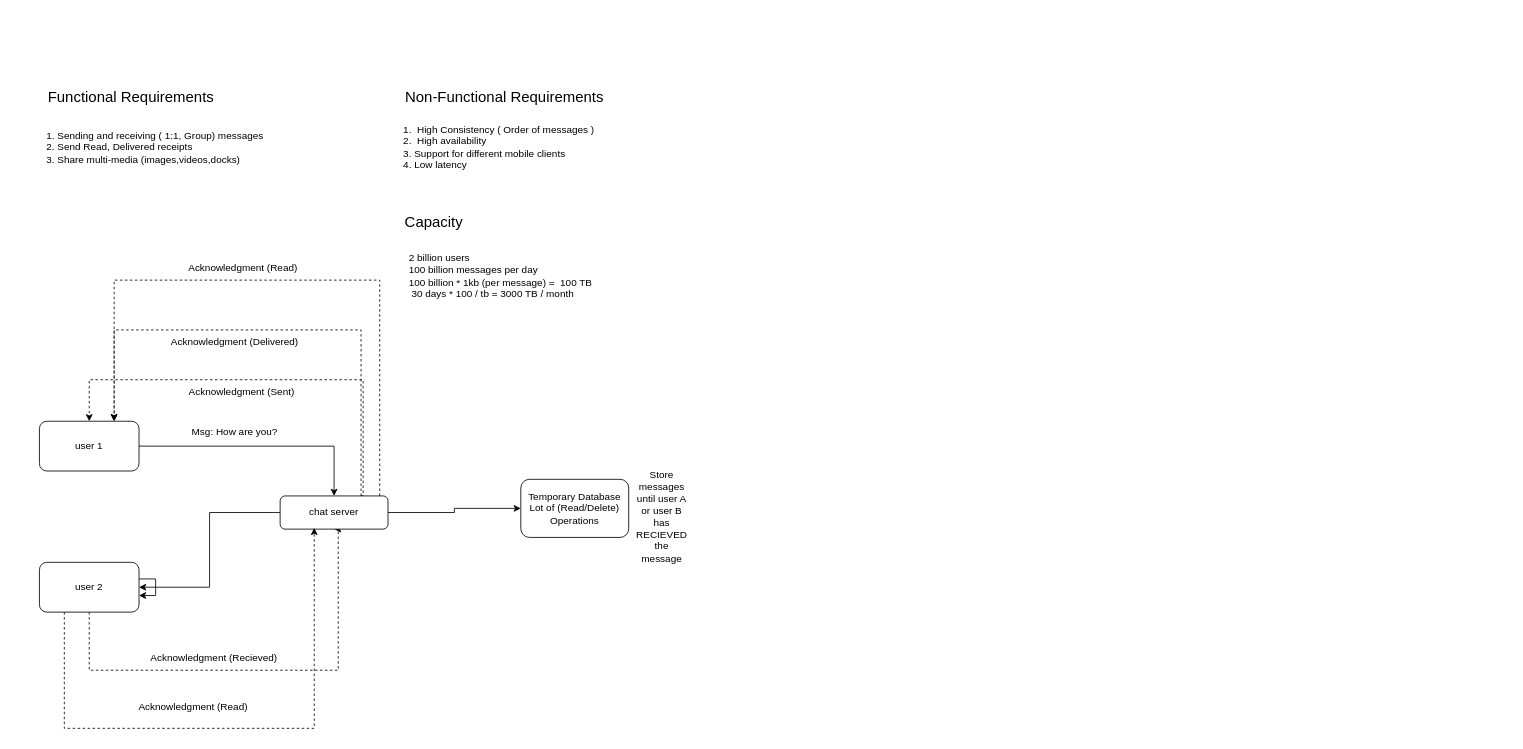
The draw.io diagram Whatsapp.drawio in VukanCekic/system-design, before the edit. Source tidied: cells renumbered, new cells numbered last; positions are measured from the earlier drawing's top-left corner, leaving out a move shared by most shapes. Both pictures are drawn from the tidied source at 83%, with x=0, y=0 at pixel (22, 81).
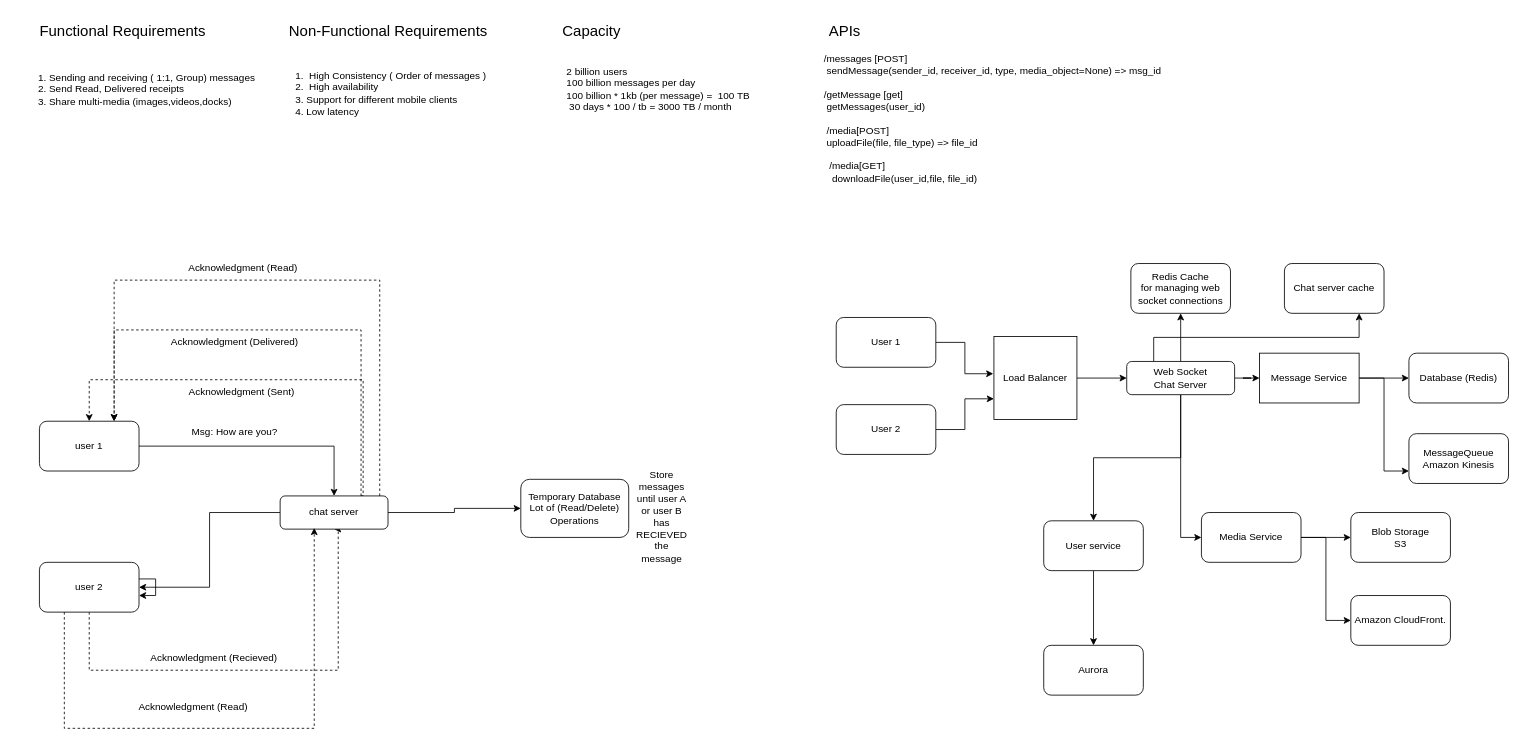
The same diagram, later.

The edit, as a diff of the source:
```diff
@@
     <mxCell id="2" value="&lt;font style=&quot;font-size: 18px;&quot;&gt;Functional Requirements&lt;/font&gt;" style="text;html=1;align=center;verticalAlign=middle;strokeColor=none;fillColor=none;" parent="1" vertex="1">
-      <mxGeometry x="20" width="220" height="40" as="geometry" />
+      <mxGeometry x="10" y="-80" width="220" height="40" as="geometry" />
     </mxCell>
     <mxCell id="3" value="&lt;font style=&quot;font-size: 18px;&quot;&gt;Non-Functional Requirements&lt;/font&gt;" style="text;html=1;align=center;verticalAlign=middle;strokeColor=none;fillColor=none;" parent="1" vertex="1">
-      <mxGeometry x="450" width="260" height="40" as="geometry" />
+      <mxGeometry x="310" y="-80" width="260" height="40" as="geometry" />
     </mxCell>
     <mxCell id="4" value="&lt;ol&gt;&lt;li&gt;Sending and receiving ( 1:1, Group) messages&lt;/li&gt;&lt;li&gt;Send Read, Delivered receipts&amp;nbsp;&lt;/li&gt;&lt;li style=&quot;&quot;&gt;Share multi-media (images,videos,docks)&lt;/li&gt;&lt;/ol&gt;" style="text;html=1;align=left;verticalAlign=middle;strokeColor=none;fillColor=none;" parent="1" vertex="1">
-      <mxGeometry y="40" width="310" height="80" as="geometry" />
+      <mxGeometry x="-10" y="-30" width="310" height="80" as="geometry" />
     </mxCell>
     <mxCell id="5" value="&lt;ol&gt;&lt;li&gt;&amp;nbsp;High Consistency ( Order of messages )&amp;nbsp;&lt;/li&gt;&lt;li&gt;&amp;nbsp;High availability&lt;/li&gt;&lt;li&gt;Support for different mobile clients&lt;/li&gt;&lt;li&gt;Low latency&lt;/li&gt;&lt;/ol&gt;" style="text;html=1;align=left;verticalAlign=middle;strokeColor=none;fillColor=none;" parent="1" vertex="1">
-      <mxGeometry x="430" y="30" width="280" height="100" as="geometry" />
+      <mxGeometry x="300" y="-35" width="280" height="100" as="geometry" />
     </mxCell>
     <mxCell id="6" value="&lt;font style=&quot;font-size: 18px;&quot;&gt;Capacity&lt;/font&gt;" style="text;html=1;align=center;verticalAlign=middle;strokeColor=none;fillColor=none;" parent="1" vertex="1">
-      <mxGeometry x="450" y="150" width="90" height="40" as="geometry" />
+      <mxGeometry x="640" y="-80" width="90" height="40" as="geometry" />
     </mxCell>
     <mxCell id="7" value="&amp;nbsp; &amp;nbsp; &amp;nbsp; &amp;nbsp; &amp;nbsp; 2 billion users&lt;br&gt;&amp;nbsp; &amp;nbsp; &amp;nbsp; &amp;nbsp; &amp;nbsp; 100 billion messages per day&lt;br&gt;&amp;nbsp; &amp;nbsp; &amp;nbsp; &amp;nbsp; &amp;nbsp; 100 billion * 1kb (per message) =&amp;nbsp; 100 TB&lt;br&gt;&amp;nbsp; &amp;nbsp; &amp;nbsp; &amp;nbsp; &amp;nbsp; &amp;nbsp;30 days * 100 / tb = 3000 TB / month&amp;nbsp;" style="text;html=1;align=left;verticalAlign=middle;strokeColor=none;fillColor=none;" parent="1" vertex="1">
-      <mxGeometry x="430" y="200" width="280" height="70" as="geometry" />
+      <mxGeometry x="620" y="-25" width="280" height="70" as="geometry" />
     </mxCell>
@@
+    <mxCell id="29" value="&lt;font style=&quot;font-size: 18px;&quot;&gt;APIs&lt;/font&gt;" style="text;html=1;align=center;verticalAlign=middle;strokeColor=none;fillColor=none;" parent="1" vertex="1">
+      <mxGeometry x="960" y="-80" width="60" height="40" as="geometry" />
+    </mxCell>
+    <mxCell id="30" value="&amp;nbsp; &amp;nbsp; &amp;nbsp; &amp;nbsp;&amp;nbsp;" style="text;html=1;align=left;verticalAlign=middle;strokeColor=none;fillColor=none;" parent="1" vertex="1">
+      <mxGeometry x="950" y="-10" width="50" height="30" as="geometry" />
+    </mxCell>
+    <mxCell id="31" value="&amp;nbsp; &amp;nbsp; &amp;nbsp; &amp;nbsp; &amp;nbsp; /messages [POST]&amp;nbsp;&lt;br style=&quot;border-color: var(--border-color);&quot;&gt;&amp;nbsp; &amp;nbsp; &amp;nbsp; &amp;nbsp; &amp;nbsp; &amp;nbsp;sendMessage(sender_id, receiver_id, type, media_object=None) =&amp;gt; msg_id&lt;br&gt;&lt;br&gt;&amp;nbsp; &amp;nbsp; &amp;nbsp; &amp;nbsp; &amp;nbsp; /getMessage [get]&amp;nbsp;&lt;br style=&quot;border-color: var(--border-color);&quot;&gt;&amp;nbsp; &amp;nbsp; &amp;nbsp; &amp;nbsp; &amp;nbsp; &amp;nbsp;getMessages(user_id)&lt;br&gt;&lt;br&gt;&amp;nbsp; &amp;nbsp; &amp;nbsp; &amp;nbsp; &amp;nbsp; &amp;nbsp;/media[POST]&amp;nbsp;&lt;br style=&quot;border-color: var(--border-color);&quot;&gt;&amp;nbsp; &amp;nbsp; &amp;nbsp; &amp;nbsp; &amp;nbsp; &amp;nbsp;uploadFile(file, file_type) =&amp;gt; file_id&lt;br&gt;&lt;br&gt;&amp;nbsp; &amp;nbsp; &amp;nbsp; &amp;nbsp; &amp;nbsp; &amp;nbsp; /media[GET]&amp;nbsp;&lt;br&gt;&amp;nbsp; &amp;nbsp; &amp;nbsp; &amp;nbsp; &amp;nbsp; &amp;nbsp; &amp;nbsp;downloadFile(user_id,file, file_id)&amp;nbsp;&lt;br style=&quot;border-color: var(--border-color);&quot;&gt;&amp;nbsp; &amp;nbsp; &amp;nbsp; &amp;nbsp;&lt;br style=&quot;border-color: var(--border-color);&quot;&gt;&amp;nbsp; &amp;nbsp; &amp;nbsp; &amp;nbsp;" style="text;html=1;align=left;verticalAlign=middle;strokeColor=none;fillColor=none;" parent="1" vertex="1">
+      <mxGeometry x="930" y="-40" width="460" height="200" as="geometry" />
+    </mxCell>
+    <mxCell id="32" value="User 1" style="rounded=1;whiteSpace=wrap;html=1;" parent="1" vertex="1">
+      <mxGeometry x="980" y="285" width="120" height="60" as="geometry" />
+    </mxCell>
+    <mxCell id="33" style="edgeStyle=orthogonalEdgeStyle;rounded=0;jettySize=auto;html=1;entryX=0;entryY=0.75;entryDx=0;entryDy=0;" parent="1" edge="1" source="34" target="36">
+      <mxGeometry relative="1" as="geometry" />
+    </mxCell>
+    <mxCell id="34" value="User 2" style="rounded=1;whiteSpace=wrap;html=1;" parent="1" vertex="1">
+      <mxGeometry x="980" y="390" width="120" height="60" as="geometry" />
+    </mxCell>
+    <mxCell id="35" style="edgeStyle=orthogonalEdgeStyle;rounded=0;jettySize=auto;html=1;entryX=0;entryY=0.5;entryDx=0;entryDy=0;" parent="1" edge="1" source="36" target="43">
+      <mxGeometry relative="1" as="geometry" />
+    </mxCell>
+    <mxCell id="36" value="Load Balancer" style="whiteSpace=wrap;html=1;" parent="1" vertex="1">
+      <mxGeometry x="1170" y="308" width="100" height="100" as="geometry" />
+    </mxCell>
+    <mxCell id="37" style="edgeStyle=orthogonalEdgeStyle;rounded=0;jettySize=auto;html=1;entryX=-0.008;entryY=0.448;entryDx=0;entryDy=0;entryPerimeter=0;" parent="1" edge="1" source="32" target="36">
+      <mxGeometry relative="1" as="geometry" />
+    </mxCell>
+    <mxCell id="38" style="edgeStyle=orthogonalEdgeStyle;rounded=0;jettySize=auto;html=1;entryX=0.5;entryY=1;entryDx=0;entryDy=0;" parent="1" edge="1" source="43" target="44">
+      <mxGeometry relative="1" as="geometry" />
+    </mxCell>
+    <mxCell id="39" style="edgeStyle=orthogonalEdgeStyle;rounded=0;jettySize=auto;html=1;exitX=0.25;exitY=0;exitDx=0;exitDy=0;entryX=0.75;entryY=1;entryDx=0;entryDy=0;" parent="1" edge="1" source="43" target="45">
+      <mxGeometry relative="1" as="geometry" />
+    </mxCell>
+    <mxCell id="40" style="edgeStyle=orthogonalEdgeStyle;rounded=0;jettySize=auto;html=1;entryX=0;entryY=0.5;entryDx=0;entryDy=0;" parent="1" edge="1" source="43" target="49">
+      <mxGeometry relative="1" as="geometry" />
+    </mxCell>
+    <mxCell id="41" style="edgeStyle=orthogonalEdgeStyle;rounded=0;jettySize=auto;html=1;exitX=0.5;exitY=1;exitDx=0;exitDy=0;entryX=0;entryY=0.5;entryDx=0;entryDy=0;" parent="1" edge="1" source="43" target="53">
+      <mxGeometry relative="1" as="geometry" />
+    </mxCell>
+    <mxCell id="42" style="edgeStyle=orthogonalEdgeStyle;rounded=0;jettySize=auto;html=1;entryX=0.5;entryY=0;entryDx=0;entryDy=0;" parent="1" edge="1" source="43" target="57">
+      <mxGeometry relative="1" as="geometry" />
+    </mxCell>
+    <mxCell id="43" value="Web Socket&lt;br&gt;Chat Server" style="rounded=1;whiteSpace=wrap;html=1;" parent="1" vertex="1">
+      <mxGeometry x="1330" y="338" width="130" height="40" as="geometry" />
+    </mxCell>
+    <mxCell id="44" value="Redis Cache&lt;br&gt;for managing web&lt;br&gt;socket connections" style="rounded=1;whiteSpace=wrap;html=1;" parent="1" vertex="1">
+      <mxGeometry x="1335" y="220" width="120" height="60" as="geometry" />
+    </mxCell>
+    <mxCell id="45" value="Chat server cache" style="rounded=1;whiteSpace=wrap;html=1;" parent="1" vertex="1">
+      <mxGeometry x="1520" y="220" width="120" height="60" as="geometry" />
+    </mxCell>
+    <mxCell id="46" value="Database (Redis)" style="rounded=1;whiteSpace=wrap;html=1;" parent="1" vertex="1">
+      <mxGeometry x="1670" y="328" width="120" height="60" as="geometry" />
+    </mxCell>
+    <mxCell id="47" style="edgeStyle=orthogonalEdgeStyle;rounded=0;jettySize=auto;html=1;" parent="1" edge="1" source="49" target="46">
+      <mxGeometry relative="1" as="geometry" />
+    </mxCell>
+    <mxCell id="48" style="edgeStyle=orthogonalEdgeStyle;rounded=0;jettySize=auto;html=1;entryX=0;entryY=0.75;entryDx=0;entryDy=0;" parent="1" edge="1" source="49" target="50">
+      <mxGeometry relative="1" as="geometry" />
+    </mxCell>
+    <mxCell id="49" value="Message Service" style="whiteSpace=wrap;html=1;" parent="1" vertex="1">
+      <mxGeometry x="1490" y="328" width="120" height="60" as="geometry" />
+    </mxCell>
+    <mxCell id="50" value="MessageQueue&lt;br&gt;Amazon Kinesis" style="rounded=1;whiteSpace=wrap;html=1;" parent="1" vertex="1">
+      <mxGeometry x="1670" y="425" width="120" height="60" as="geometry" />
+    </mxCell>
+    <mxCell id="51" style="edgeStyle=orthogonalEdgeStyle;rounded=0;jettySize=auto;html=1;entryX=0;entryY=0.5;entryDx=0;entryDy=0;" parent="1" edge="1" source="53" target="54">
+      <mxGeometry relative="1" as="geometry" />
+    </mxCell>
+    <mxCell id="52" style="edgeStyle=orthogonalEdgeStyle;rounded=0;jettySize=auto;html=1;entryX=0;entryY=0.5;entryDx=0;entryDy=0;" parent="1" edge="1" source="53" target="55">
+      <mxGeometry relative="1" as="geometry" />
+    </mxCell>
+    <mxCell id="53" value="Media Service" style="rounded=1;whiteSpace=wrap;html=1;" parent="1" vertex="1">
+      <mxGeometry x="1420" y="520" width="120" height="60" as="geometry" />
+    </mxCell>
+    <mxCell id="54" value="Blob Storage&lt;br&gt;S3" style="rounded=1;whiteSpace=wrap;html=1;" parent="1" vertex="1">
+      <mxGeometry x="1600" y="520" width="120" height="60" as="geometry" />
+    </mxCell>
+    <mxCell id="55" value="Amazon CloudFront. " style="rounded=1;whiteSpace=wrap;html=1;" parent="1" vertex="1">
+      <mxGeometry x="1600" y="620" width="120" height="60" as="geometry" />
+    </mxCell>
+    <mxCell id="56" style="edgeStyle=orthogonalEdgeStyle;rounded=0;jettySize=auto;html=1;entryX=0.5;entryY=0;entryDx=0;entryDy=0;" parent="1" edge="1" source="57" target="58">
+      <mxGeometry relative="1" as="geometry" />
+    </mxCell>
+    <mxCell id="57" value="User service" style="rounded=1;whiteSpace=wrap;html=1;" parent="1" vertex="1">
+      <mxGeometry x="1230" y="530" width="120" height="60" as="geometry" />
+    </mxCell>
+    <mxCell id="58" value="Aurora" style="rounded=1;whiteSpace=wrap;html=1;" parent="1" vertex="1">
+      <mxGeometry x="1230" y="680" width="120" height="60" as="geometry" />
+    </mxCell>
```
